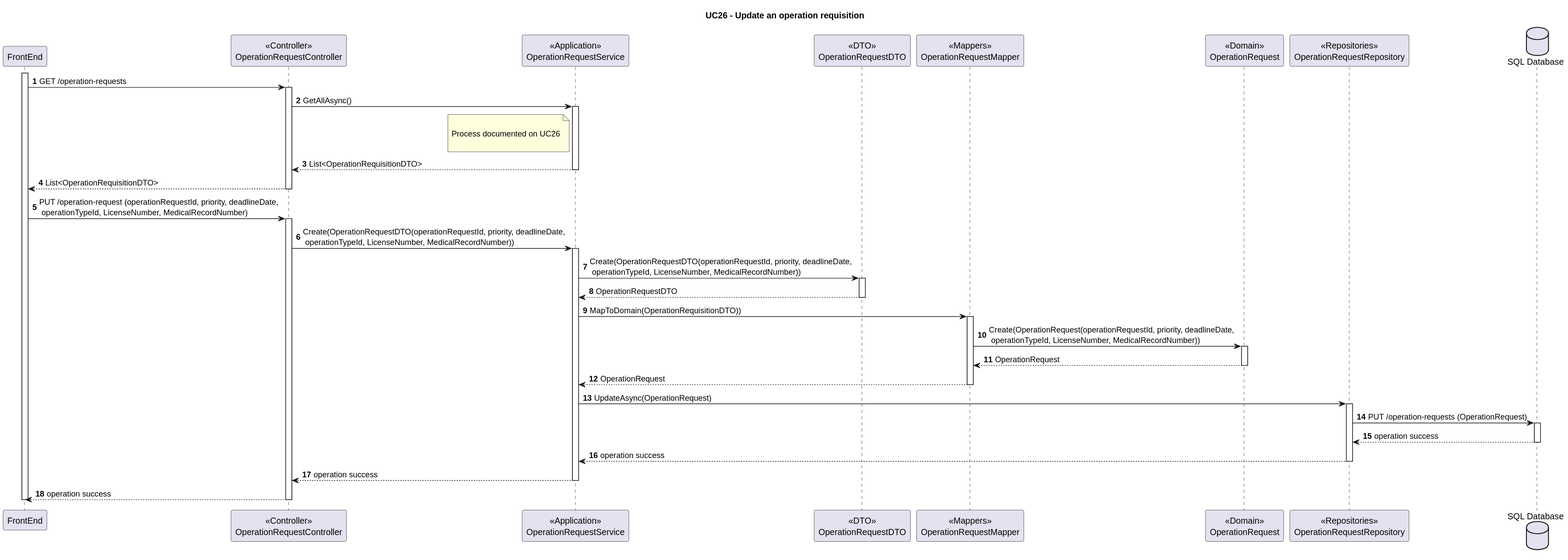
Before: Wiki/SprintA/diagrams/use-cases/26-update-an-operation-requisition/level3/backend-process-view.svg, a diagram exported from PlantUML (MiguelCardoso77/SurgicalSync-BackEnd).
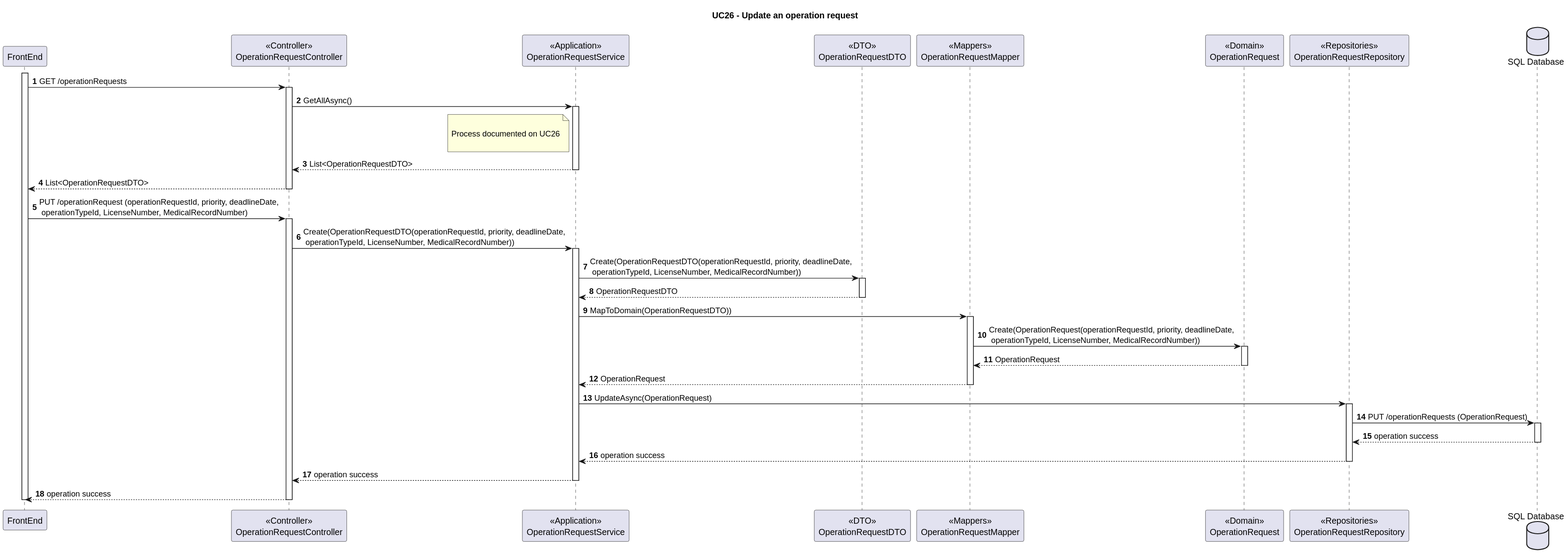
The same diagram one commit later.

The edit, as a diff of the source:
```diff
@@ -1,7 +1,7 @@
 @startuml
 autonumber
 
-Title "UC26 - Update an operation requisition"
+Title "UC26 - Update an operation request"
 
 participant "FrontEnd" as FE
 participant "<<Controller>>\nOperationRequestController" as CN
@@ -14,7 +14,7 @@
 
 activate FE
 
-FE -> CN : GET /operation-requests
+FE -> CN : GET /operationRequests
 
 activate CN
 
@@ -28,15 +28,15 @@
 
     end note
 
-    SV --> CN : List<OperationRequisitionDTO>
+    SV --> CN : List<OperationRequestDTO>
 
 deactivate SV
 
-CN --> FE : List<OperationRequisitionDTO>
+CN --> FE : List<OperationRequestDTO>
 
 deactivate CN
 
-FE -> CN : PUT /operation-request (operationRequestId, priority, deadlineDate,\n operationTypeId, LicenseNumber, MedicalRecordNumber)
+FE -> CN : PUT /operationRequest (operationRequestId, priority, deadlineDate,\n operationTypeId, LicenseNumber, MedicalRecordNumber)
 
 activate CN
 
@@ -52,7 +52,7 @@
 
 deactivate DTO
 
-SV -> MP : MapToDomain(OperationRequisitionDTO))
+SV -> MP : MapToDomain(OperationRequestDTO))
 
 activate MP
 
@@ -72,7 +72,7 @@
 
 activate REPO
 
-REPO -> SQL : PUT /operation-requests (OperationRequest)
+REPO -> SQL : PUT /operationRequests (OperationRequest)
 
 activate SQL
 
```
